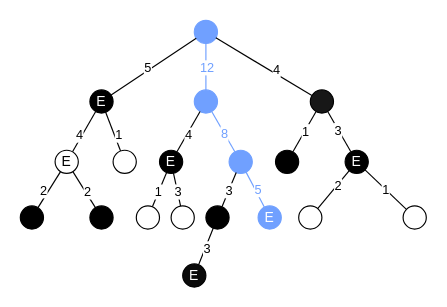
This is varrying_recovery.drawio from Klazkin/player-zero, a draw.io file, before an edit. Source tidied: cells renumbered, new cells numbered last; positions are measured from the earlier drawing's top-left corner, leaving out a move shared by most shapes. Both pictures are drawn from the tidied source at 116%, with x=0, y=0 at pixel (20, 20).
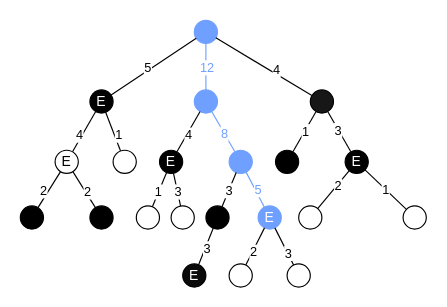
The same page after the edit.

The change refers to these unchanged cells:
```xml
<mxCell id="50" value="&lt;font color=&quot;#ffffff&quot;&gt;E&lt;/font&gt;" style="ellipse;whiteSpace=wrap;html=1;strokeColor=#70A0FF;fillColor=#70A0FF;" parent="1" vertex="1">
  <mxGeometry x="205" y="160" width="20" height="20" as="geometry" />
</mxCell>
```

Change to the diagram source:
```diff
@@
+    <mxCell id="57" style="endArrow=none;html=1;rounded=0;strokeColor=#000000;startArrow=none;startFill=0;endFill=0;" parent="1" edge="1" source="59" target="50">
+      <mxGeometry relative="1" as="geometry" />
+    </mxCell>
+    <mxCell id="58" value="&lt;div&gt;2&lt;/div&gt;" style="edgeLabel;html=1;align=center;verticalAlign=middle;" parent="57" vertex="1">
+      <mxGeometry x="-0.05" relative="1" as="geometry">
+        <mxPoint x="-2" y="4" as="offset" />
+      </mxGeometry>
+    </mxCell>
+    <mxCell id="59" style="ellipse;whiteSpace=wrap;html=1;strokeColor=#000000;" parent="1" vertex="1">
+      <mxGeometry x="180" y="210" width="20" height="20" as="geometry" />
+    </mxCell>
+    <mxCell id="60" style="endArrow=none;html=1;rounded=0;strokeColor=#000000;startArrow=none;startFill=0;endFill=0;" parent="1" edge="1" source="62" target="50">
+      <mxGeometry relative="1" as="geometry" />
+    </mxCell>
+    <mxCell id="61" value="3" style="edgeLabel;html=1;align=center;verticalAlign=middle;" parent="60" vertex="1">
+      <mxGeometry x="-0.09" relative="1" as="geometry">
+        <mxPoint x="2" y="4" as="offset" />
+      </mxGeometry>
+    </mxCell>
+    <mxCell id="62" style="ellipse;whiteSpace=wrap;html=1;strokeColor=#000000;" parent="1" vertex="1">
+      <mxGeometry x="230" y="210" width="20" height="20" as="geometry" />
+    </mxCell>
```
